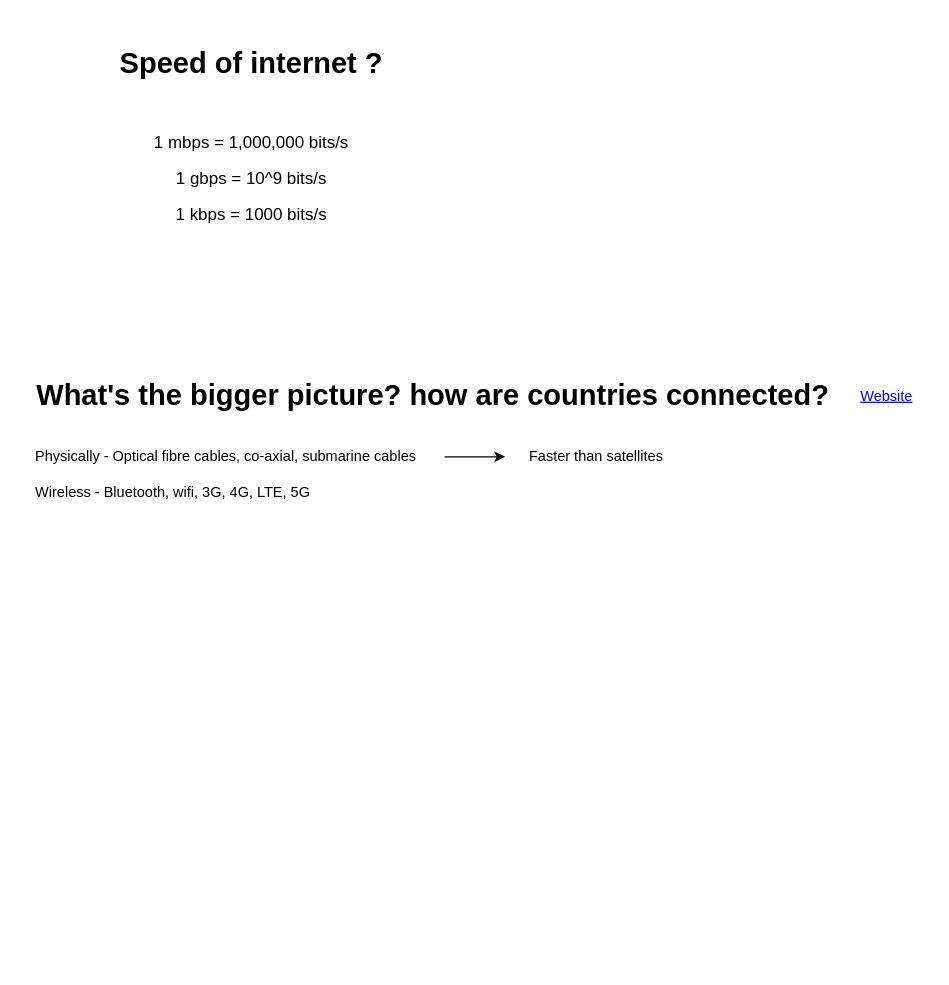
The draw.io diagram page "Page-5" (5 of 5) of Untitled Diagram.drawio in gurkiratz/Learning-Git, before the edit. Source tidied: cells renumbered, new cells numbered last; positions are measured from the earlier drawing's top-left corner, leaving out a move shared by most shapes. Both pictures are drawn from the tidied source at 121%, with x=0, y=0 at pixel (21, 21).
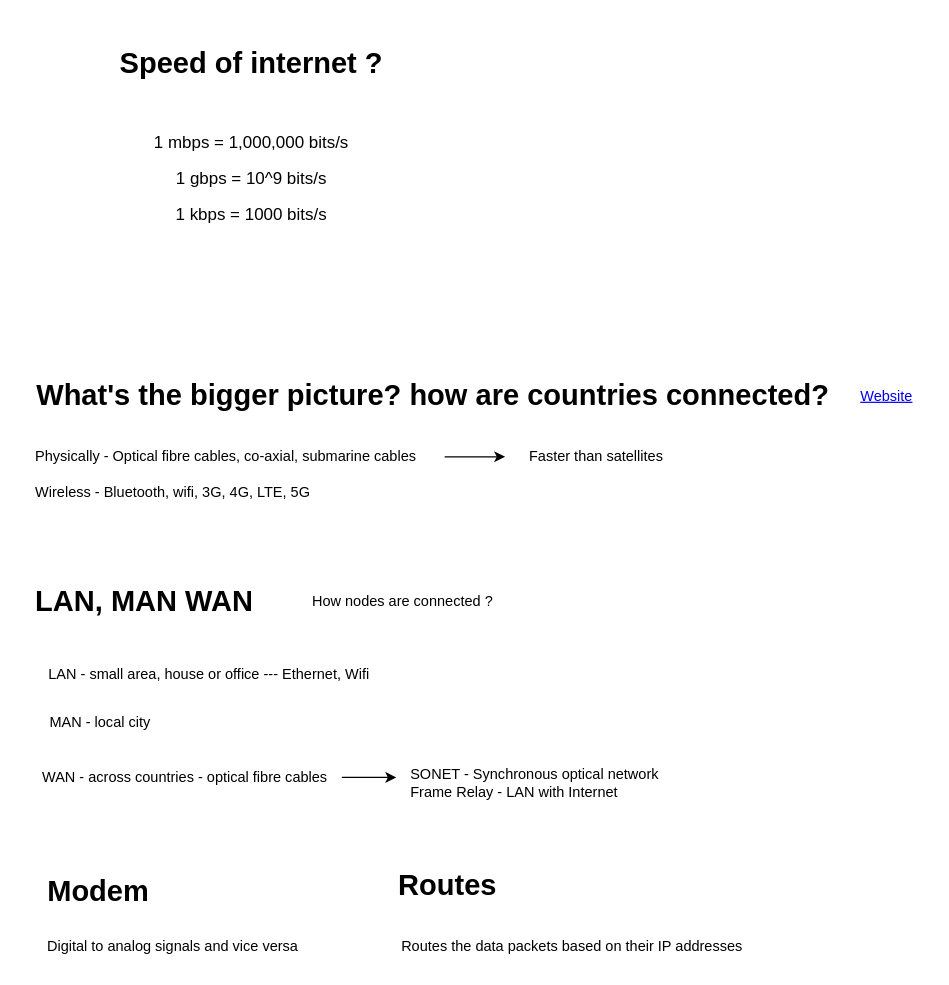
Above is the later version.

The edit, as a diff of the source:
```diff
@@
+    <mxCell id="12" value="&lt;h1&gt;LAN, MAN WAN&lt;/h1&gt;" style="text;html=1;align=left;verticalAlign=middle;strokeColor=none;fillColor=none;" parent="1" vertex="1">
+      <mxGeometry x="10" y="445" width="200" height="70" as="geometry" />
+    </mxCell>
+    <mxCell id="13" value="How nodes are connected ?" style="text;html=1;align=center;verticalAlign=middle;strokeColor=none;fillColor=none;" parent="1" vertex="1">
+      <mxGeometry x="230" y="465" width="170" height="30" as="geometry" />
+    </mxCell>
+    <mxCell id="14" value="LAN - small area, house or office --- Ethernet, Wifi" style="text;html=1;align=center;verticalAlign=middle;strokeColor=none;fillColor=none;" parent="1" vertex="1">
+      <mxGeometry x="10" y="525" width="290" height="30" as="geometry" />
+    </mxCell>
+    <mxCell id="15" value="MAN - local city" style="text;html=1;align=center;verticalAlign=middle;strokeColor=none;fillColor=none;" parent="1" vertex="1">
+      <mxGeometry x="10" y="565" width="110" height="30" as="geometry" />
+    </mxCell>
+    <mxCell id="16" style="edgeStyle=orthogonalEdgeStyle;rounded=0;jettySize=auto;html=1;" parent="1" edge="1" source="17">
+      <mxGeometry relative="1" as="geometry">
+        <mxPoint x="310" y="625" as="targetPoint" />
+      </mxGeometry>
+    </mxCell>
+    <mxCell id="17" value="WAN - across countries - optical fibre cables" style="text;html=1;align=center;verticalAlign=middle;points=[];strokeColor=none;fillColor=none;" parent="1" vertex="1">
+      <mxGeometry x="5" y="610" width="260" height="30" as="geometry" />
+    </mxCell>
+    <mxCell id="18" value="SONET - Synchronous optical network&lt;br&gt;Frame Relay - LAN with Internet" style="text;html=1;align=left;verticalAlign=middle;strokeColor=none;fillColor=none;" parent="1" vertex="1">
+      <mxGeometry x="320" y="610" width="230" height="40" as="geometry" />
+    </mxCell>
+    <mxCell id="19" value="&lt;h1&gt;Modem&lt;/h1&gt;" style="text;html=1;align=left;verticalAlign=middle;strokeColor=none;fillColor=none;" parent="1" vertex="1">
+      <mxGeometry x="20" y="685" width="110" height="70" as="geometry" />
+    </mxCell>
+    <mxCell id="20" value="Digital to analog signals and vice versa" style="text;html=1;align=center;verticalAlign=middle;strokeColor=none;fillColor=none;" parent="1" vertex="1">
+      <mxGeometry x="10" y="750" width="230" height="30" as="geometry" />
+    </mxCell>
+    <mxCell id="21" value="&lt;h1&gt;Routes&lt;/h1&gt;" style="text;html=1;align=left;verticalAlign=middle;strokeColor=none;fillColor=none;" parent="1" vertex="1">
+      <mxGeometry x="310" y="680" width="100" height="70" as="geometry" />
+    </mxCell>
+    <mxCell id="22" value="Routes the data packets based on their IP addresses" style="text;html=1;align=center;verticalAlign=middle;strokeColor=none;fillColor=none;" parent="1" vertex="1">
+      <mxGeometry x="300" y="750" width="310" height="30" as="geometry" />
+    </mxCell>
```
